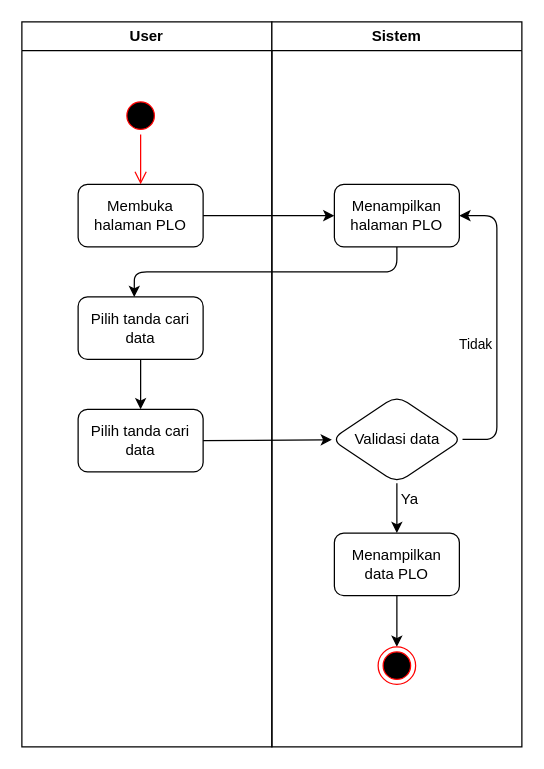
rismanrhz/idms keeps this draw.io diagram as DOKUMENTASI IDMS/PLO/cariPLO.drawio. Above is the earlier version. Source tidied: cells renumbered, new cells numbered last; positions are measured from the earlier drawing's top-left corner, leaving out a move shared by most shapes. Both pictures are drawn from the tidied source at 125%, with x=0, y=0 at pixel (21, 21).
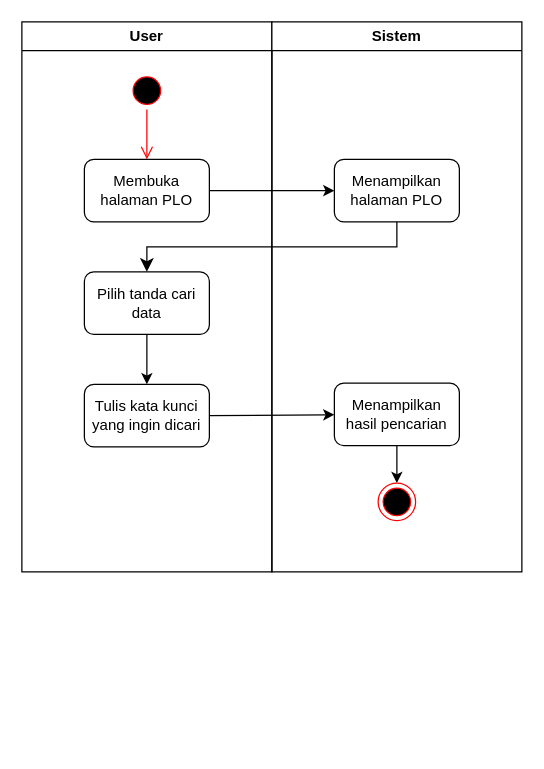
The same diagram, later.

Change to the diagram source:
```diff
@@
-    <mxCell id="2" value="User" style="swimlane;whiteSpace=wrap;html=1;" parent="1" vertex="1">
-      <mxGeometry width="200" height="580" as="geometry" />
-    </mxCell>
+    <mxCell id="6" value="User" style="swimlane;whiteSpace=wrap;html=1;" parent="1" vertex="1">
+      <mxGeometry width="200" height="440" as="geometry" />
+    </mxCell>
+    <mxCell id="22" style="ellipse;html=1;shape=startState;fillColor=#000000;strokeColor=#ff0000;" parent="6" vertex="1">
+      <mxGeometry x="85" y="40" width="30" height="30" as="geometry" />
+    </mxCell>
+    <mxCell id="23" style="edgeStyle=orthogonalEdgeStyle;html=1;verticalAlign=bottom;endArrow=open;endSize=8;strokeColor=#ff0000;entryX=0.5;entryY=0;entryDx=0;entryDy=0;" parent="6" edge="1" source="22" target="3">
+      <mxGeometry relative="1" as="geometry" />
+    </mxCell>
-    <mxCell id="3" value="Membuka halaman PLO" style="rounded=1;whiteSpace=wrap;html=1;" parent="2" vertex="1">
-      <mxGeometry x="45" y="130" width="100" height="50" as="geometry" />
+    <mxCell id="3" value="Membuka halaman PLO" style="rounded=1;whiteSpace=wrap;html=1;" parent="6" vertex="1">
+      <mxGeometry x="50" y="110" width="100" height="50" as="geometry" />
     </mxCell>
-    <mxCell id="4" style="ellipse;html=1;shape=startState;fillColor=#000000;strokeColor=#ff0000;" parent="2" vertex="1">
-      <mxGeometry x="80" y="60" width="30" height="30" as="geometry" />
-    </mxCell>
-    <mxCell id="5" style="edgeStyle=orthogonalEdgeStyle;html=1;verticalAlign=bottom;endArrow=open;endSize=8;strokeColor=#ff0000;entryX=0.5;entryY=0;entryDx=0;entryDy=0;" parent="2" edge="1" source="4" target="3">
-      <mxGeometry relative="1" as="geometry" />
-    </mxCell>
-    <mxCell id="6" style="edgeStyle=none;html=1;" parent="2" edge="1" source="7" target="8">
-      <mxGeometry relative="1" as="geometry" />
-    </mxCell>
-    <mxCell id="7" value="Pilih tanda cari data" style="rounded=1;whiteSpace=wrap;html=1;" parent="2" vertex="1">
-      <mxGeometry x="45" y="220" width="100" height="50" as="geometry" />
-    </mxCell>
-    <mxCell id="8" value="Pilih tanda cari data" style="rounded=1;whiteSpace=wrap;html=1;" parent="2" vertex="1">
-      <mxGeometry x="45" y="310" width="100" height="50" as="geometry" />
-    </mxCell>
+    <mxCell id="24" style="edgeStyle=none;html=1;" parent="6" edge="1" source="25" target="26">
+      <mxGeometry relative="1" as="geometry" />
+    </mxCell>
+    <mxCell id="25" value="Pilih tanda cari data" style="rounded=1;whiteSpace=wrap;html=1;" parent="6" vertex="1">
+      <mxGeometry x="50" y="200" width="100" height="50" as="geometry" />
+    </mxCell>
+    <mxCell id="26" value="Tulis kata kunci yang ingin dicari" style="rounded=1;whiteSpace=wrap;html=1;" parent="6" vertex="1">
+      <mxGeometry x="50" y="290" width="100" height="50" as="geometry" />
+    </mxCell>
     <mxCell id="9" value="Sistem" style="swimlane;whiteSpace=wrap;html=1;" parent="1" vertex="1">
-      <mxGeometry x="200" width="200" height="580" as="geometry" />
+      <mxGeometry x="200" width="200" height="440" as="geometry" />
     </mxCell>
     <mxCell id="10" value="Menampilkan halaman PLO" style="rounded=1;whiteSpace=wrap;html=1;" parent="9" vertex="1">
-      <mxGeometry x="50" y="130" width="100" height="50" as="geometry" />
+      <mxGeometry x="50" y="110" width="100" height="50" as="geometry" />
     </mxCell>
-    <mxCell id="11" style="edgeStyle=none;html=1;" parent="9" edge="1" source="12" target="17">
-      <mxGeometry relative="1" as="geometry" />
-    </mxCell>
-    <mxCell id="12" value="Menampilkan data PLO" style="rounded=1;whiteSpace=wrap;html=1;" parent="9" vertex="1">
-      <mxGeometry x="50" y="409" width="100" height="50" as="geometry" />
-    </mxCell>
-    <mxCell id="13" style="edgeStyle=none;html=1;" parent="9" edge="1" source="16" target="12">
-      <mxGeometry relative="1" as="geometry" />
-    </mxCell>
-    <mxCell id="14" style="edgeStyle=none;html=1;exitX=1;exitY=0.5;exitDx=0;exitDy=0;entryX=1;entryY=0.5;entryDx=0;entryDy=0;" parent="9" edge="1" source="16" target="10">
-      <mxGeometry relative="1" as="geometry">
-        <Array as="points">
-          <mxPoint x="180" y="334" />
-          <mxPoint x="180" y="155" />
-        </Array>
-      </mxGeometry>
-    </mxCell>
-    <mxCell id="15" value="Tidak" style="edgeLabel;html=1;align=center;verticalAlign=middle;" parent="14" vertex="1">
-      <mxGeometry x="-0.12" y="4" relative="1" as="geometry">
-        <mxPoint x="-14" as="offset" />
-      </mxGeometry>
-    </mxCell>
-    <mxCell id="16" value="Validasi data" style="rhombus;whiteSpace=wrap;html=1;rounded=1;" parent="9" vertex="1">
-      <mxGeometry x="47.5" y="299" width="105" height="70" as="geometry" />
-    </mxCell>
-    <mxCell id="17" style="ellipse;html=1;shape=endState;fillColor=#000000;strokeColor=#ff0000;" parent="9" vertex="1">
-      <mxGeometry x="85" y="500" width="30" height="30" as="geometry" />
-    </mxCell>
+    <mxCell id="27" style="edgeStyle=none;html=1;" parent="9" edge="1" source="28" target="29">
+      <mxGeometry relative="1" as="geometry" />
+    </mxCell>
+    <mxCell id="28" value="Menampilkan hasil pencarian" style="rounded=1;whiteSpace=wrap;html=1;" parent="9" vertex="1">
+      <mxGeometry x="50" y="289" width="100" height="50" as="geometry" />
+    </mxCell>
+    <mxCell id="29" style="ellipse;html=1;shape=endState;fillColor=#000000;strokeColor=#ff0000;" parent="9" vertex="1">
+      <mxGeometry x="85" y="369" width="30" height="30" as="geometry" />
+    </mxCell>
@@
-    <mxCell id="19" style="edgeStyle=none;html=1;entryX=0.449;entryY=0.003;entryDx=0;entryDy=0;exitX=0.5;exitY=1;exitDx=0;exitDy=0;entryPerimeter=0;" parent="1" edge="1" source="10" target="7">
-      <mxGeometry relative="1" as="geometry">
-        <Array as="points">
-          <mxPoint x="300" y="200" />
-          <mxPoint x="200" y="200" />
-          <mxPoint x="90" y="200" />
-        </Array>
-      </mxGeometry>
-    </mxCell>
-    <mxCell id="20" style="edgeStyle=none;html=1;exitX=1;exitY=0.5;exitDx=0;exitDy=0;" parent="1" edge="1" source="8" target="16">
-      <mxGeometry relative="1" as="geometry" />
-    </mxCell>
-    <mxCell id="21" value="Ya" style="text;html=1;align=center;verticalAlign=middle;strokeColor=none;fillColor=none;" parent="1" vertex="1">
-      <mxGeometry x="290" y="367" width="40" height="30" as="geometry" />
-    </mxCell>
+    <mxCell id="30" style="edgeStyle=elbowEdgeStyle;elbow=vertical;endArrow=classic;html=1;curved=0;rounded=0;endSize=8;startSize=8;exitX=0.5;exitY=1;exitDx=0;exitDy=0;entryX=0.5;entryY=0;entryDx=0;entryDy=0;" parent="1" edge="1" source="10" target="25">
+      <mxGeometry relative="1" as="geometry" />
+    </mxCell>
+    <mxCell id="31" style="edgeStyle=none;html=1;exitX=1;exitY=0.5;exitDx=0;exitDy=0;" parent="1" edge="1" source="26" target="28">
+      <mxGeometry relative="1" as="geometry" />
+    </mxCell>
```
